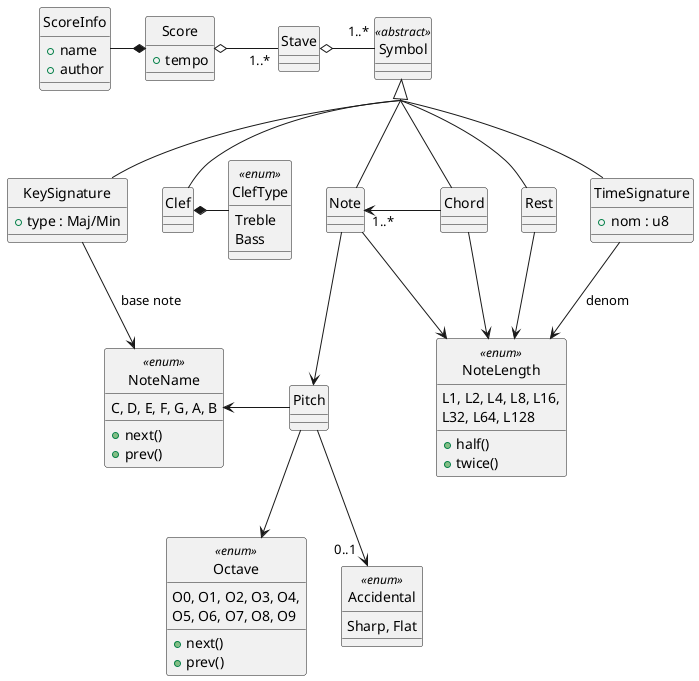
TheRetikGM/bp keeps this PlantUML diagram as doc/notation_class.png. Above is the earlier version. Source of this version:
```plantuml
@startuml

hide circle
skinparam groupInheritance 6

class Symbol << abstract >>
class KeySignature extends Symbol {
    + type : Maj/Min
}
class Note extends Symbol
class Chord extends Symbol
class Rest extends Symbol
class TimeSignature extends Symbol {
    + nom : u8
}
class Clef extends Symbol {
}
enum NoteName << enum >> {
    C, D, E, F, G, A, B
    + next()
    + prev()
}
enum NoteLength << enum >> {
    L1, L2, L4, L8, L16,
    L32, L64, L128
    + half()
    + twice()
}
enum ClefType << enum >> {
    Treble
    Bass
}

struct ScoreInfo {
    + name
    + author
}
class Score {
    + tempo
}
class Stave
class Pitch
enum Octave << enum >> {
    O0, O1, O2, O3, O4,
    O5, O6, O7, O8, O9
    + next()
    + prev()
}
enum Accidental << enum >> {
    Sharp, Flat
}

Score *-left- ScoreInfo
Score o-right- "1..*" Stave : "        "
Stave o-right- "      1..*" Symbol

Clef *-right- ClefType

KeySignature -down-> NoteName : "  base note"
TimeSignature -down-> NoteLength : "denom    "
Rest -down-> NoteLength
Chord -down-> NoteLength
Note -down-> NoteLength
Note "1..*" <-right- Chord : "            "

Note -down-> Pitch
Pitch -left-> NoteName
Pitch -down-> Octave
Pitch -down-> "0..1  " Accidental

@enduml
```
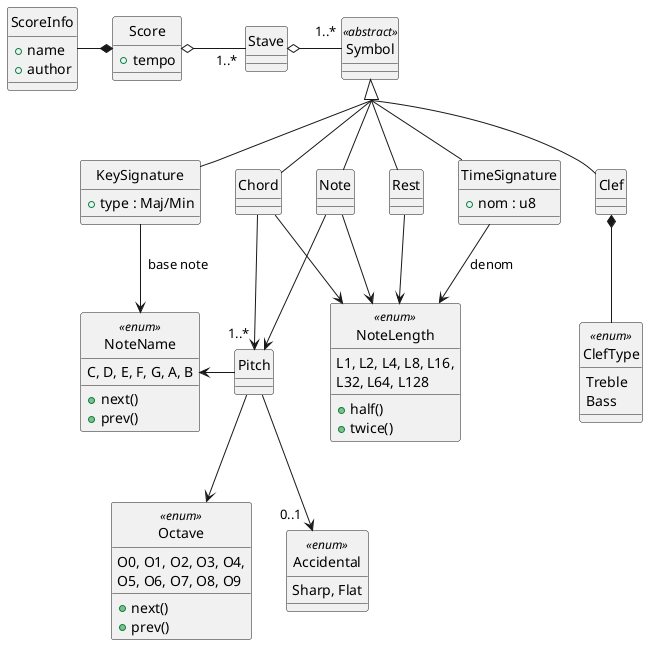
The same file after the commit.

Change to the diagram source:
```diff
@@ -54,14 +54,14 @@
 Score o-right- "1..*" Stave : "        "
 Stave o-right- "      1..*" Symbol
 
-Clef *-right- ClefType
+Clef *-down- ClefType
 
 KeySignature -down-> NoteName : "  base note"
 TimeSignature -down-> NoteLength : "denom    "
 Rest -down-> NoteLength
 Chord -down-> NoteLength
 Note -down-> NoteLength
-Note "1..*" <-right- Chord : "            "
+Pitch "1..* " <-up- Chord
 
 Note -down-> Pitch
 Pitch -left-> NoteName
```
